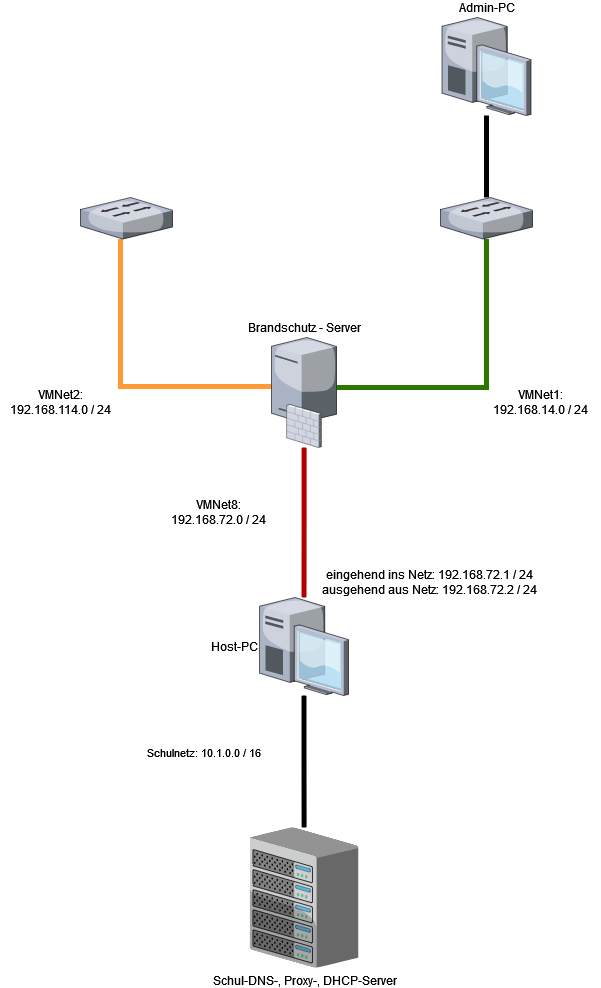
This is Netzwerkplan_Netzwerk-Infrastruktur.drawio.png from someKumo/LF9_Brandschutz, a draw.io export, as it was before one commit. Source tidied: cells renumbered, new cells last; positions are measured from the earlier drawing's top-left corner, leaving out a move shared by most shapes.
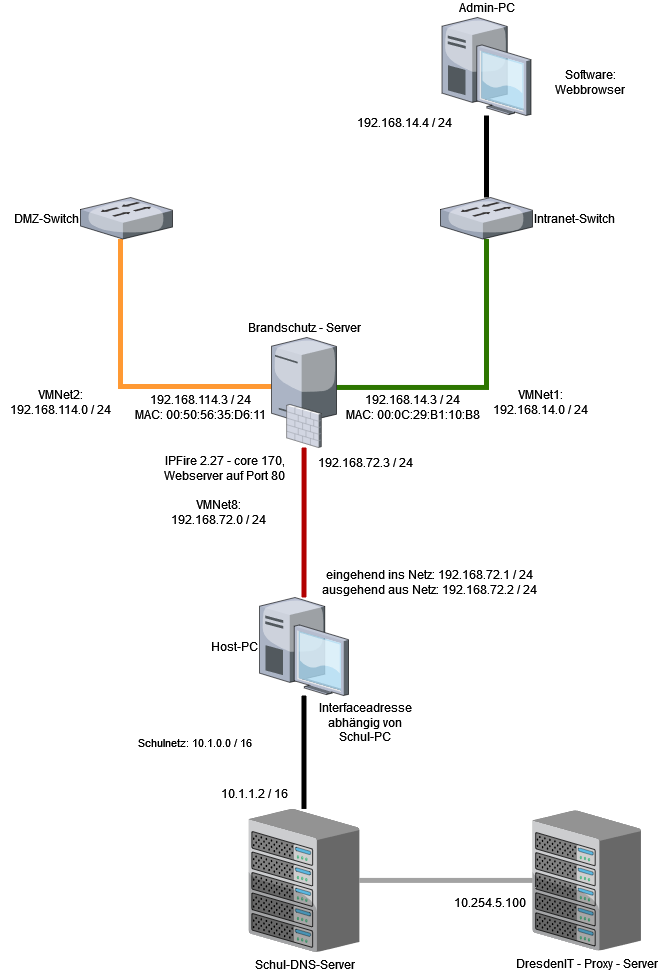
The same file after the commit.

Commit message:
Netzwerkplan 06102022 1227 Uhr

The edit, as a diff of the source:
```diff
@@ -19,10 +19,10 @@
     <mxCell id="4" style="edgeStyle=orthogonalEdgeStyle;rounded=0;sketch=0;jettySize=auto;html=1;shadow=0;strokeColor=#B20000;strokeWidth=5;endArrow=none;endFill=0;fillColor=#e51400;startArrow=none;" parent="1" edge="1" source="17" target="8">
       <mxGeometry relative="1" as="geometry" />
     </mxCell>
-    <mxCell id="5" style="verticalLabelPosition=bottom;sketch=0;html=1;verticalAlign=top;strokeColor=none;align=center;outlineConnect=0;shape=mxgraph.citrix.switch;" parent="1" vertex="1">
+    <mxCell id="5" value="DMZ-Switch" style="verticalLabelPosition=middle;sketch=0;html=1;verticalAlign=middle;strokeColor=none;align=right;outlineConnect=0;shape=mxgraph.citrix.switch;labelPosition=left;" parent="1" vertex="1">
       <mxGeometry x="80" y="180" width="92" height="41.5" as="geometry" />
     </mxCell>
-    <mxCell id="6" style="verticalLabelPosition=bottom;sketch=0;html=1;verticalAlign=top;strokeColor=none;align=center;outlineConnect=0;shape=mxgraph.citrix.switch;" parent="1" vertex="1">
+    <mxCell id="6" value="Intranet-Switch" style="verticalLabelPosition=middle;sketch=0;html=1;verticalAlign=middle;strokeColor=none;align=left;outlineConnect=0;shape=mxgraph.citrix.switch;labelPosition=right;" parent="1" vertex="1">
       <mxGeometry x="440" y="180" width="92" height="41.5" as="geometry" />
     </mxCell>
     <mxCell id="7" style="edgeStyle=orthogonalEdgeStyle;rounded=0;sketch=0;jettySize=auto;html=1;shadow=0;strokeColor=#000000;strokeWidth=5;endArrow=none;endFill=0;sourcePerimeterSpacing=0;fontSize=11;" parent="1" edge="1" source="8" target="16">
@@ -49,17 +49,47 @@
     <mxCell id="14" value="Admin-PC" style="verticalLabelPosition=top;sketch=0;html=1;verticalAlign=bottom;strokeColor=none;align=center;outlineConnect=0;shape=mxgraph.citrix.desktop;labelPosition=center;" parent="1" vertex="1">
       <mxGeometry x="441.5" width="89" height="98" as="geometry" />
     </mxCell>
-    <mxCell id="15" value="Brandschutz - Server" style="verticalLabelPosition=top;sketch=0;html=1;verticalAlign=bottom;strokeColor=none;align=center;outlineConnect=0;shape=mxgraph.citrix.tower_server;labelPosition=center;" parent="1" vertex="1">
+    <mxCell id="15" value="&lt;div&gt;Brandschutz - Server&lt;br&gt;&lt;/div&gt;" style="verticalLabelPosition=top;sketch=0;html=1;verticalAlign=bottom;strokeColor=none;align=center;outlineConnect=0;shape=mxgraph.citrix.tower_server;labelPosition=center;" parent="1" vertex="1">
       <mxGeometry x="271" y="320" width="65" height="85" as="geometry" />
     </mxCell>
+    <mxCell id="19" style="edgeStyle=orthogonalEdgeStyle;rounded=0;jettySize=auto;html=1;strokeColor=#A3A3A3;strokeWidth=5;endArrow=none;endFill=0;" parent="1" edge="1" source="16" target="23">
+      <mxGeometry relative="1" as="geometry" />
+    </mxCell>
-    <mxCell id="16" value="Schul-DNS-, Proxy-, DHCP-Server" style="verticalLabelPosition=bottom;sketch=0;html=1;verticalAlign=top;strokeColor=none;align=center;outlineConnect=0;shape=mxgraph.citrix.chassis;" parent="1" vertex="1">
-      <mxGeometry x="249.3" y="810" width="108.5" height="140" as="geometry" />
+    <mxCell id="16" value="Schul-DNS-Server" style="verticalLabelPosition=bottom;sketch=0;html=1;verticalAlign=top;strokeColor=none;align=center;outlineConnect=0;shape=mxgraph.citrix.chassis;" parent="1" vertex="1">
+      <mxGeometry x="248.1" y="791.5" width="110.7" height="142.9" as="geometry" />
     </mxCell>
-    <mxCell id="17" style="verticalLabelPosition=bottom;sketch=0;html=1;verticalAlign=top;strokeColor=none;align=center;outlineConnect=0;shape=mxgraph.citrix.firewall;" parent="1" vertex="1">
+    <mxCell id="17" value="&lt;div&gt;IPFire 2.27 - core 170,&lt;/div&gt;&lt;div&gt;Webserver auf Port 80&lt;br&gt;&lt;/div&gt;" style="verticalLabelPosition=bottom;sketch=0;html=1;verticalAlign=top;strokeColor=none;align=right;outlineConnect=0;shape=mxgraph.citrix.firewall;labelPosition=left;" parent="1" vertex="1">
       <mxGeometry x="286.2" y="387" width="34.7" height="43" as="geometry" />
     </mxCell>
     <mxCell id="18" value="Schulnetz: 10.1.0.0 / 16" style="text;html=1;strokeColor=none;fillColor=none;align=center;verticalAlign=middle;whiteSpace=wrap;rounded=0;fontSize=11;" parent="1" vertex="1">
-      <mxGeometry x="140" y="720" width="128" height="30" as="geometry" />
+      <mxGeometry x="131" y="710" width="128" height="30" as="geometry" />
     </mxCell>
+    <mxCell id="20" value="192.168.14.4 / 24" style="text;html=1;strokeColor=none;fillColor=none;align=center;verticalAlign=middle;whiteSpace=wrap;rounded=0;" parent="1" vertex="1">
+      <mxGeometry x="350" y="90" width="109" height="30" as="geometry" />
+    </mxCell>
+    <mxCell id="21" value="192.168.14.3 / 24&lt;br&gt;MAC: 00:0C:29:B1:10:B8" style="text;html=1;strokeColor=none;fillColor=none;align=center;verticalAlign=middle;whiteSpace=wrap;rounded=0;" parent="1" vertex="1">
+      <mxGeometry x="336" y="375" width="154" height="30" as="geometry" />
+    </mxCell>
+    <mxCell id="22" value="&lt;div&gt;192.168.114.3 / 24&lt;br&gt;&lt;/div&gt;MAC: 00:50:56:35:D6:11" style="text;html=1;strokeColor=none;fillColor=none;align=center;verticalAlign=middle;whiteSpace=wrap;rounded=0;" parent="1" vertex="1">
+      <mxGeometry x="130" y="375" width="141" height="30" as="geometry" />
+    </mxCell>
+    <mxCell id="23" value="DresdenIT - Proxy - Server" style="verticalLabelPosition=bottom;sketch=0;html=1;verticalAlign=top;strokeColor=none;align=center;outlineConnect=0;shape=mxgraph.citrix.chassis;" parent="1" vertex="1">
+      <mxGeometry x="532" y="792.9" width="108.5" height="140" as="geometry" />
+    </mxCell>
+    <mxCell id="24" value="10.254.5.100" style="text;html=1;strokeColor=none;fillColor=none;align=center;verticalAlign=middle;whiteSpace=wrap;rounded=0;" parent="1" vertex="1">
+      <mxGeometry x="460" y="870" width="60" height="30" as="geometry" />
+    </mxCell>
+    <mxCell id="25" value="10.1.1.2 / 16" style="text;html=1;strokeColor=none;fillColor=none;align=center;verticalAlign=middle;whiteSpace=wrap;rounded=0;" parent="1" vertex="1">
+      <mxGeometry x="214" y="761.5" width="80" height="30" as="geometry" />
+    </mxCell>
+    <mxCell id="26" value="Interfaceadresse abhängig von Schul-PC" style="text;html=1;strokeColor=none;fillColor=none;align=center;verticalAlign=middle;whiteSpace=wrap;rounded=0;" parent="1" vertex="1">
+      <mxGeometry x="310" y="690" width="110" height="30" as="geometry" />
+    </mxCell>
+    <mxCell id="27" value="192.168.72.3 / 24" style="text;html=1;strokeColor=none;fillColor=none;align=center;verticalAlign=middle;whiteSpace=wrap;rounded=0;" parent="1" vertex="1">
+      <mxGeometry x="310" y="430" width="110" height="30" as="geometry" />
+    </mxCell>
+    <mxCell id="28" value="Software: Webbrowser" style="text;html=1;strokeColor=none;fillColor=none;align=center;verticalAlign=middle;whiteSpace=wrap;rounded=0;" parent="1" vertex="1">
+      <mxGeometry x="540" y="50" width="100" height="30" as="geometry" />
+    </mxCell>
   </root>
 </mxGraphModel>
```
